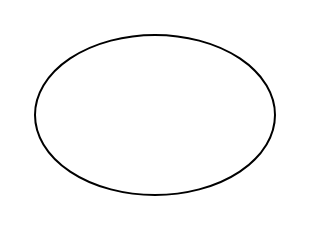
Above: Ejercicio21.drawio in LavenderEdit/LavenderEdit (draw.io), before the change. Source tidied: cells renumbered, new cells numbered last; positions are measured from the earlier drawing's top-left corner, leaving out a move shared by most shapes. Both pictures are drawn from the tidied source at 200%, with x=0, y=0 at pixel (34, 34).
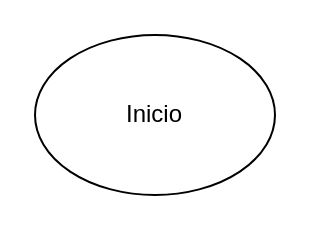
After the change.

What changed in the source:
```diff
@@
 <mxGraphModel>
   <root>
     <mxCell id="0" />
     <mxCell id="1" parent="0" />
-    <mxCell id="2" style="ellipse;whiteSpace=wrap;html=1;" parent="1" vertex="1">
+    <mxCell id="2" value="Inicio" style="ellipse;whiteSpace=wrap;html=1;" parent="1" vertex="1">
       <mxGeometry width="120" height="80" as="geometry" />
     </mxCell>
   </root>
 </mxGraphModel>
```
